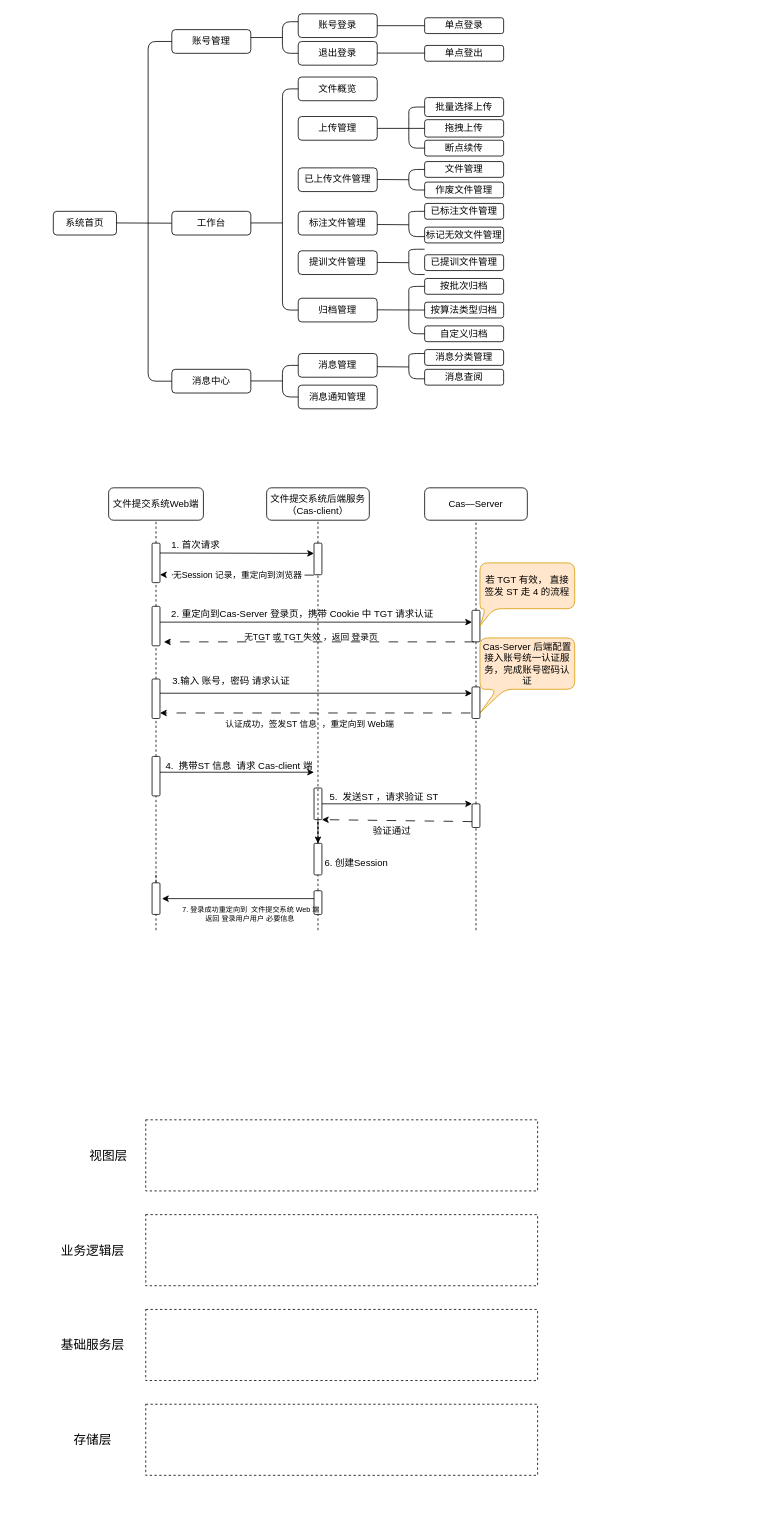
Earlier version of the draw.io diagram 文件提交系统.drawio (jurentiancheng/drawio-project). Source tidied: cells renumbered, new cells numbered last; positions are measured from the earlier drawing's top-left corner, leaving out a move shared by most shapes. Both pictures are drawn from the tidied source at 79%, with x=0, y=0 at pixel (53, 13).
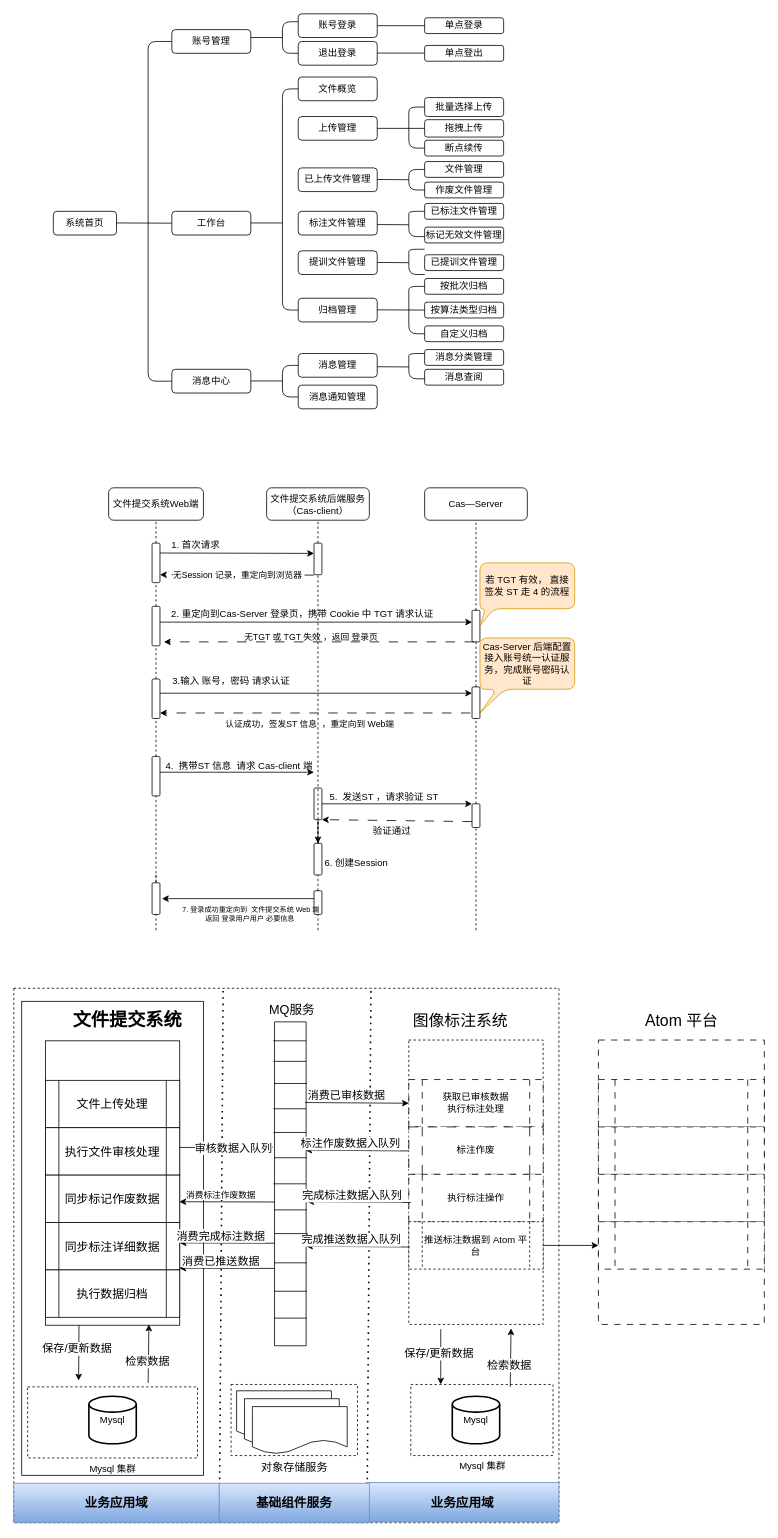
Above is the later version.

Commit message (it also covers changes not shown here):
更新文件提交系统.drawio

Diff of the diagram source:
```diff
@@
+    <mxCell id="119" style="verticalLabelPosition=bottom;verticalAlign=top;html=1;shape=mxgraph.basic.rect;fillColor2=none;strokeWidth=1;size=20;indent=5;dashed=1;" parent="1" vertex="1">
+      <mxGeometry x="-50" y="1233.5" width="690" height="676.5" as="geometry" />
+    </mxCell>
@@
-    <mxCell id="111" style="verticalLabelPosition=bottom;verticalAlign=top;html=1;shape=mxgraph.basic.rect;fillColor2=none;strokeWidth=1;size=20;indent=5;dashed=1;" parent="1" vertex="1">
-      <mxGeometry x="117" y="1640" width="496" height="90" as="geometry" />
-    </mxCell>
-    <mxCell id="112" style="verticalLabelPosition=bottom;verticalAlign=top;html=1;shape=mxgraph.basic.rect;fillColor2=none;strokeWidth=1;size=20;indent=5;dashed=1;" parent="1" vertex="1">
-      <mxGeometry x="117" y="1520" width="496" height="90" as="geometry" />
-    </mxCell>
-    <mxCell id="113" style="verticalLabelPosition=bottom;verticalAlign=top;html=1;shape=mxgraph.basic.rect;fillColor2=none;strokeWidth=1;size=20;indent=5;dashed=1;" parent="1" vertex="1">
-      <mxGeometry x="117" y="1400" width="496" height="90" as="geometry" />
-    </mxCell>
-    <mxCell id="114" value="视图层" style="text;html=1;strokeColor=none;fillColor=none;align=center;verticalAlign=middle;whiteSpace=wrap;rounded=0;fontSize=16;" parent="1" vertex="1">
-      <mxGeometry x="40" y="1430" width="60" height="30" as="geometry" />
-    </mxCell>
-    <mxCell id="115" value="业务逻辑层" style="text;html=1;strokeColor=none;fillColor=none;align=center;verticalAlign=middle;whiteSpace=wrap;rounded=0;fontSize=16;" parent="1" vertex="1">
-      <mxGeometry y="1550" width="100" height="30" as="geometry" />
-    </mxCell>
-    <mxCell id="116" value="基础服务层" style="text;html=1;strokeColor=none;fillColor=none;align=center;verticalAlign=middle;whiteSpace=wrap;rounded=0;fontSize=16;" parent="1" vertex="1">
-      <mxGeometry y="1670" width="100" height="30" as="geometry" />
-    </mxCell>
-    <mxCell id="117" style="verticalLabelPosition=bottom;verticalAlign=top;html=1;shape=mxgraph.basic.rect;fillColor2=none;strokeWidth=1;size=20;indent=5;dashed=1;" parent="1" vertex="1">
-      <mxGeometry x="117" y="1760" width="496" height="90" as="geometry" />
-    </mxCell>
-    <mxCell id="118" value="存储层" style="text;html=1;strokeColor=none;fillColor=none;align=center;verticalAlign=middle;whiteSpace=wrap;rounded=0;fontSize=16;" parent="1" vertex="1">
-      <mxGeometry y="1790" width="100" height="30" as="geometry" />
-    </mxCell>
+    <mxCell id="120" style="rounded=0;whiteSpace=wrap;html=1;dashed=1;" parent="1" vertex="1">
+      <mxGeometry x="450" y="1299" width="170" height="360" as="geometry" />
+    </mxCell>
+    <mxCell id="121" value="获取已审核数据&lt;br&gt;执行标注处理" style="shape=process;whiteSpace=wrap;html=1;backgroundOutline=1;dashed=1;dashPattern=8 8;" parent="1" vertex="1">
+      <mxGeometry x="450" y="1349" width="170" height="60" as="geometry" />
+    </mxCell>
+    <mxCell id="122" value="图像标注系统" style="text;html=1;strokeColor=none;fillColor=none;align=center;verticalAlign=middle;whiteSpace=wrap;rounded=0;fontSize=20;fontStyle=0;" parent="1" vertex="1">
+      <mxGeometry x="452.5" y="1258" width="125" height="31" as="geometry" />
+    </mxCell>
+    <mxCell id="123" style="verticalLabelPosition=bottom;verticalAlign=top;html=1;shape=mxgraph.basic.rect;fillColor2=none;strokeWidth=1;size=17.41;indent=5;" parent="1" vertex="1">
+      <mxGeometry x="280" y="1276" width="40" height="410" as="geometry" />
+    </mxCell>
+    <mxCell id="124" value="标注作废" style="shape=process;whiteSpace=wrap;html=1;backgroundOutline=1;dashed=1;dashPattern=12 12;" parent="1" vertex="1">
+      <mxGeometry x="450" y="1409" width="170" height="60" as="geometry" />
+    </mxCell>
+    <mxCell id="125" value="执行标注操作" style="shape=process;whiteSpace=wrap;html=1;backgroundOutline=1;dashed=1;dashPattern=8 8;" parent="1" vertex="1">
+      <mxGeometry x="450" y="1469" width="170" height="60" as="geometry" />
+    </mxCell>
+    <mxCell id="126" style="edgeStyle=orthogonalEdgeStyle;rounded=0;jettySize=auto;html=1;" parent="1" edge="1" source="127" target="134">
+      <mxGeometry relative="1" as="geometry" />
+    </mxCell>
+    <mxCell id="127" value="推送标注数据到 Atom 平台" style="shape=process;whiteSpace=wrap;html=1;backgroundOutline=1;dashed=1;" parent="1" vertex="1">
+      <mxGeometry x="450" y="1529" width="170" height="60" as="geometry" />
+    </mxCell>
+    <mxCell id="128" style="rounded=0;whiteSpace=wrap;html=1;dashed=1;dashPattern=8 8;" parent="1" vertex="1">
+      <mxGeometry x="690" y="1299" width="210" height="360" as="geometry" />
+    </mxCell>
+    <mxCell id="129" style="shape=process;whiteSpace=wrap;html=1;backgroundOutline=1;dashed=1;dashPattern=8 8;" parent="1" vertex="1">
+      <mxGeometry x="690" y="1349" width="210" height="60" as="geometry" />
+    </mxCell>
+    <mxCell id="130" value="Atom 平台" style="text;html=1;strokeColor=none;fillColor=none;align=center;verticalAlign=middle;whiteSpace=wrap;rounded=0;fontSize=20;fontStyle=0;dashed=1;dashPattern=8 8;" parent="1" vertex="1">
+      <mxGeometry x="732.5" y="1258" width="125" height="31" as="geometry" />
+    </mxCell>
+    <mxCell id="131" style="rounded=0;whiteSpace=wrap;html=1;" parent="1" vertex="1">
+      <mxGeometry x="-40" y="1250" width="230" height="600" as="geometry" />
+    </mxCell>
+    <mxCell id="132" style="shape=process;whiteSpace=wrap;html=1;backgroundOutline=1;dashed=1;dashPattern=8 8;" parent="1" vertex="1">
+      <mxGeometry x="690" y="1409" width="210" height="60" as="geometry" />
+    </mxCell>
+    <mxCell id="133" style="shape=process;whiteSpace=wrap;html=1;backgroundOutline=1;dashed=1;dashPattern=8 8;" parent="1" vertex="1">
+      <mxGeometry x="690" y="1469" width="210" height="60" as="geometry" />
+    </mxCell>
+    <mxCell id="134" style="shape=process;whiteSpace=wrap;html=1;backgroundOutline=1;dashed=1;dashPattern=8 8;" parent="1" vertex="1">
+      <mxGeometry x="690" y="1529" width="210" height="60" as="geometry" />
+    </mxCell>
+    <mxCell id="135" style="group;" parent="1" vertex="1">
+      <mxGeometry x="-10" y="1300" width="170" height="360" as="geometry" />
+    </mxCell>
+    <mxCell id="136" style="rounded=0;whiteSpace=wrap;html=1;" parent="135" vertex="1">
+      <mxGeometry width="170" height="360" as="geometry" />
+    </mxCell>
+    <mxCell id="137" value="文件上传处理" style="shape=process;whiteSpace=wrap;html=1;backgroundOutline=1;fontStyle=0;fontSize=15;" parent="135" vertex="1">
+      <mxGeometry y="50" width="170" height="60" as="geometry" />
+    </mxCell>
+    <mxCell id="138" value="执行文件审核处理" style="shape=process;whiteSpace=wrap;html=1;backgroundOutline=1;fontStyle=0;fontSize=15;" parent="135" vertex="1">
+      <mxGeometry y="110" width="170" height="60" as="geometry" />
+    </mxCell>
+    <mxCell id="139" value="同步标记作废数据" style="shape=process;whiteSpace=wrap;html=1;backgroundOutline=1;fontStyle=0;fontSize=15;" parent="135" vertex="1">
+      <mxGeometry y="170" width="170" height="60" as="geometry" />
+    </mxCell>
+    <mxCell id="140" value="同步标注详细数据" style="shape=process;whiteSpace=wrap;html=1;backgroundOutline=1;fontStyle=0;fontSize=15;" parent="135" vertex="1">
+      <mxGeometry y="230" width="170" height="60" as="geometry" />
+    </mxCell>
+    <mxCell id="141" value="执行数据归档" style="shape=process;whiteSpace=wrap;html=1;backgroundOutline=1;fontStyle=0;fontSize=15;" parent="135" vertex="1">
+      <mxGeometry y="290" width="170" height="60" as="geometry" />
+    </mxCell>
+    <mxCell id="142" value="文件提交系统" style="text;html=1;strokeColor=none;fillColor=none;align=center;verticalAlign=middle;whiteSpace=wrap;rounded=0;fontSize=23;fontStyle=1;" parent="1" vertex="1">
+      <mxGeometry x="20" y="1258" width="147.5" height="31" as="geometry" />
+    </mxCell>
+    <mxCell id="143" value="Mysql 集群" style="verticalLabelPosition=bottom;verticalAlign=top;html=1;shape=mxgraph.basic.rect;fillColor2=none;strokeWidth=1;size=20;indent=5;dashed=1;" parent="1" vertex="1">
+      <mxGeometry x="-32.5" y="1738" width="215" height="90" as="geometry" />
+    </mxCell>
+    <mxCell id="144" value="Mysql" style="strokeWidth=2;html=1;shape=mxgraph.flowchart.database;whiteSpace=wrap;" parent="1" vertex="1">
+      <mxGeometry x="45" y="1750" width="60" height="60" as="geometry" />
+    </mxCell>
+    <mxCell id="145" style="endArrow=classic;html=1;rounded=0;exitX=0.25;exitY=1;exitDx=0;exitDy=0;" parent="1" edge="1" source="136">
+      <mxGeometry relative="1" as="geometry">
+        <mxPoint x="32" y="1730" as="targetPoint" />
+      </mxGeometry>
+    </mxCell>
+    <mxCell id="146" value="&lt;font style=&quot;font-size: 14px;&quot;&gt;保存/更新数据&lt;/font&gt;" style="edgeLabel;html=1;align=center;verticalAlign=middle;" parent="145" vertex="1">
+      <mxGeometry x="-0.18" y="-3" relative="1" as="geometry">
+        <mxPoint y="1" as="offset" />
+      </mxGeometry>
+    </mxCell>
+    <mxCell id="147" style="endArrow=classic;html=1;rounded=0;exitX=0.25;exitY=1;exitDx=0;exitDy=0;entryX=0.264;entryY=0.039;entryDx=0;entryDy=0;entryPerimeter=0;" parent="1" edge="1">
+      <mxGeometry relative="1" as="geometry">
+        <mxPoint x="120" y="1733" as="sourcePoint" />
+        <mxPoint x="121" y="1659" as="targetPoint" />
+      </mxGeometry>
+    </mxCell>
+    <mxCell id="148" value="&lt;font style=&quot;font-size: 14px;&quot;&gt;检索数据&lt;/font&gt;" style="edgeLabel;html=1;align=center;verticalAlign=middle;" parent="147" vertex="1">
+      <mxGeometry x="-0.28" y="2" relative="1" as="geometry" />
+    </mxCell>
+    <mxCell id="149" value="Mysql 集群" style="verticalLabelPosition=bottom;verticalAlign=top;html=1;shape=mxgraph.basic.rect;fillColor2=none;strokeWidth=1;size=20;indent=5;dashed=1;" parent="1" vertex="1">
+      <mxGeometry x="452.5" y="1735" width="180" height="90" as="geometry" />
+    </mxCell>
+    <mxCell id="150" value="Mysql" style="strokeWidth=2;html=1;shape=mxgraph.flowchart.database;whiteSpace=wrap;" parent="1" vertex="1">
+      <mxGeometry x="505" y="1750" width="60" height="60" as="geometry" />
+    </mxCell>
+    <mxCell id="151" value="&lt;font style=&quot;font-size: 16px;&quot;&gt;MQ服务&lt;/font&gt;" style="text;html=1;strokeColor=none;fillColor=none;align=center;verticalAlign=middle;whiteSpace=wrap;rounded=0;fontSize=20;fontStyle=0;" parent="1" vertex="1">
+      <mxGeometry x="239.5" y="1250" width="125" height="18" as="geometry" />
+    </mxCell>
+    <mxCell id="152" value="&lt;font style=&quot;font-size: 14px;&quot;&gt;对象存储服务&lt;/font&gt;" style="verticalLabelPosition=bottom;verticalAlign=top;html=1;shape=mxgraph.basic.rect;fillColor2=none;strokeWidth=1;size=20;indent=5;dashed=1;" parent="1" vertex="1">
+      <mxGeometry x="225" y="1735" width="160" height="90" as="geometry" />
+    </mxCell>
+    <mxCell id="153" style="shape=document;whiteSpace=wrap;html=1;boundedLbl=1;" parent="1" vertex="1">
+      <mxGeometry x="232" y="1743" width="120" height="60" as="geometry" />
+    </mxCell>
+    <mxCell id="154" style="shape=document;whiteSpace=wrap;html=1;boundedLbl=1;" parent="1" vertex="1">
+      <mxGeometry x="242" y="1753" width="120" height="60" as="geometry" />
+    </mxCell>
+    <mxCell id="155" style="shape=document;whiteSpace=wrap;html=1;boundedLbl=1;" parent="1" vertex="1">
+      <mxGeometry x="252" y="1763" width="120" height="60" as="geometry" />
+    </mxCell>
+    <mxCell id="156" style="endArrow=none;dashed=1;html=1;dashPattern=1 3;strokeWidth=2;rounded=0;exitX=0.384;exitY=0.005;exitDx=0;exitDy=0;exitPerimeter=0;entryX=0.377;entryY=1;entryDx=0;entryDy=0;entryPerimeter=0;" parent="1" edge="1" source="119" target="119">
+      <mxGeometry relative="1" as="geometry" />
+    </mxCell>
+    <mxCell id="157" style="endArrow=none;dashed=1;html=1;dashPattern=1 3;strokeWidth=2;rounded=0;exitX=0.384;exitY=0.005;exitDx=0;exitDy=0;exitPerimeter=0;entryX=0.377;entryY=1;entryDx=0;entryDy=0;entryPerimeter=0;" parent="1" edge="1">
+      <mxGeometry relative="1" as="geometry">
+        <mxPoint x="402" y="1237" as="sourcePoint" />
+        <mxPoint x="397" y="1910" as="targetPoint" />
+      </mxGeometry>
+    </mxCell>
+    <mxCell id="158" value="&lt;font style=&quot;font-size: 16px;&quot;&gt;业务应用域&lt;/font&gt;" style="rounded=0;whiteSpace=wrap;html=1;fillColor=#dae8fc;gradientColor=#7ea6e0;strokeColor=#6c8ebf;fontStyle=1;" parent="1" vertex="1">
+      <mxGeometry x="-50" y="1860" width="260" height="50" as="geometry" />
+    </mxCell>
+    <mxCell id="159" value="&lt;font style=&quot;font-size: 16px;&quot;&gt;业务应用域&lt;/font&gt;" style="rounded=0;whiteSpace=wrap;html=1;fillColor=#dae8fc;gradientColor=#7ea6e0;strokeColor=#6c8ebf;fontStyle=1;" parent="1" vertex="1">
+      <mxGeometry x="396" y="1859" width="244" height="50" as="geometry" />
+    </mxCell>
+    <mxCell id="160" value="&lt;span style=&quot;font-size: 16px;&quot;&gt;基础组件服务&lt;/span&gt;" style="rounded=0;whiteSpace=wrap;html=1;fillColor=#dae8fc;gradientColor=#7ea6e0;strokeColor=#6c8ebf;fontStyle=1;" parent="1" vertex="1">
+      <mxGeometry x="210" y="1860" width="190" height="50" as="geometry" />
+    </mxCell>
+    <mxCell id="161" style="endArrow=classic;html=1;rounded=0;entryX=-0.028;entryY=0.387;entryDx=0;entryDy=0;entryPerimeter=0;" parent="1" edge="1" target="123">
+      <mxGeometry relative="1" as="geometry">
+        <mxPoint x="160" y="1435" as="sourcePoint" />
+      </mxGeometry>
+    </mxCell>
+    <mxCell id="162" value="&lt;font style=&quot;font-size: 14px;&quot;&gt;审核数据入队列&lt;/font&gt;" style="edgeLabel;html=1;align=center;verticalAlign=middle;" parent="161" vertex="1">
+      <mxGeometry x="0.12" y="-1" relative="1" as="geometry" />
+    </mxCell>
+    <mxCell id="163" style="endArrow=classic;html=1;rounded=0;entryX=0;entryY=0.5;entryDx=0;entryDy=0;exitX=0.965;exitY=0.249;exitDx=0;exitDy=0;exitPerimeter=0;" parent="1" edge="1" source="123" target="121">
+      <mxGeometry relative="1" as="geometry" />
+    </mxCell>
+    <mxCell id="164" value="&lt;font style=&quot;font-size: 14px;&quot;&gt;消费已审核数据&lt;/font&gt;" style="edgeLabel;html=1;align=center;verticalAlign=middle;" parent="163" vertex="1">
+      <mxGeometry x="0.12" y="-1" relative="1" as="geometry">
+        <mxPoint x="-22" y="-11" as="offset" />
+      </mxGeometry>
+    </mxCell>
+    <mxCell id="165" style="endArrow=classic;html=1;rounded=0;exitX=0.25;exitY=1;exitDx=0;exitDy=0;" parent="1" edge="1">
+      <mxGeometry relative="1" as="geometry">
+        <mxPoint x="490.4" y="1665" as="sourcePoint" />
+        <mxPoint x="490.4" y="1735" as="targetPoint" />
+      </mxGeometry>
+    </mxCell>
+    <mxCell id="166" value="&lt;font style=&quot;font-size: 14px;&quot;&gt;保存/更新数据&lt;/font&gt;" style="edgeLabel;html=1;align=center;verticalAlign=middle;" parent="165" vertex="1">
+      <mxGeometry x="-0.18" y="-3" relative="1" as="geometry">
+        <mxPoint y="1" as="offset" />
+      </mxGeometry>
+    </mxCell>
+    <mxCell id="167" style="endArrow=classic;html=1;rounded=0;exitX=0.25;exitY=1;exitDx=0;exitDy=0;entryX=0.264;entryY=0.039;entryDx=0;entryDy=0;entryPerimeter=0;" parent="1" edge="1">
+      <mxGeometry relative="1" as="geometry">
+        <mxPoint x="578.4" y="1738" as="sourcePoint" />
+        <mxPoint x="579.4" y="1664" as="targetPoint" />
+      </mxGeometry>
+    </mxCell>
+    <mxCell id="168" value="&lt;font style=&quot;font-size: 14px;&quot;&gt;检索数据&lt;/font&gt;" style="edgeLabel;html=1;align=center;verticalAlign=middle;" parent="167" vertex="1">
+      <mxGeometry x="-0.28" y="2" relative="1" as="geometry" />
+    </mxCell>
+    <mxCell id="169" style="endArrow=classic;html=1;rounded=0;entryX=0;entryY=0.5;entryDx=0;entryDy=0;exitX=0.965;exitY=0.249;exitDx=0;exitDy=0;exitPerimeter=0;" parent="1" edge="1">
+      <mxGeometry relative="1" as="geometry">
+        <mxPoint x="450" y="1439.4" as="sourcePoint" />
+        <mxPoint x="319" y="1438.4" as="targetPoint" />
+      </mxGeometry>
+    </mxCell>
+    <mxCell id="170" value="&lt;font style=&quot;font-size: 14px;&quot;&gt;标注作废数据入队列&lt;/font&gt;" style="edgeLabel;html=1;align=center;verticalAlign=middle;" parent="169" vertex="1">
+      <mxGeometry x="0.12" y="-1" relative="1" as="geometry">
+        <mxPoint x="-2" y="-8" as="offset" />
+      </mxGeometry>
+    </mxCell>
+    <mxCell id="171" style="endArrow=classic;html=1;rounded=0;entryX=0;entryY=0.5;entryDx=0;entryDy=0;exitX=0.965;exitY=0.249;exitDx=0;exitDy=0;exitPerimeter=0;" parent="1" edge="1">
+      <mxGeometry relative="1" as="geometry">
+        <mxPoint x="452.5" y="1504.7" as="sourcePoint" />
+        <mxPoint x="321.5" y="1503.7" as="targetPoint" />
+      </mxGeometry>
+    </mxCell>
+    <mxCell id="172" value="&lt;font style=&quot;font-size: 14px;&quot;&gt;完成标注数据入队列&lt;/font&gt;" style="edgeLabel;html=1;align=center;verticalAlign=middle;" parent="171" vertex="1">
+      <mxGeometry x="0.12" y="-1" relative="1" as="geometry">
+        <mxPoint x="-2" y="-8" as="offset" />
+      </mxGeometry>
+    </mxCell>
+    <mxCell id="173" style="endArrow=classic;html=1;rounded=0;entryX=0;entryY=0.5;entryDx=0;entryDy=0;exitX=0.965;exitY=0.249;exitDx=0;exitDy=0;exitPerimeter=0;" parent="1" edge="1">
+      <mxGeometry relative="1" as="geometry">
+        <mxPoint x="451" y="1561" as="sourcePoint" />
+        <mxPoint x="320" y="1560" as="targetPoint" />
+      </mxGeometry>
+    </mxCell>
+    <mxCell id="174" value="&lt;font style=&quot;font-size: 14px;&quot;&gt;完成推送数据入队列&lt;/font&gt;" style="edgeLabel;html=1;align=center;verticalAlign=middle;" parent="173" vertex="1">
+      <mxGeometry x="0.12" y="-1" relative="1" as="geometry">
+        <mxPoint x="-2" y="-8" as="offset" />
+      </mxGeometry>
+    </mxCell>
+    <mxCell id="175" style="endArrow=classic;html=1;rounded=0;entryX=0;entryY=0.5;entryDx=0;entryDy=0;" parent="1" edge="1">
+      <mxGeometry relative="1" as="geometry">
+        <mxPoint x="280" y="1504" as="sourcePoint" />
+        <mxPoint x="159.5" y="1503.7" as="targetPoint" />
+      </mxGeometry>
+    </mxCell>
+    <mxCell id="176" value="消费标注作废数据" style="edgeLabel;html=1;align=center;verticalAlign=middle;" parent="175" vertex="1">
+      <mxGeometry x="0.12" y="-1" relative="1" as="geometry">
+        <mxPoint x="-2" y="-8" as="offset" />
+      </mxGeometry>
+    </mxCell>
+    <mxCell id="177" style="endArrow=classic;html=1;rounded=0;entryX=0;entryY=0.5;entryDx=0;entryDy=0;" parent="1" edge="1">
+      <mxGeometry relative="1" as="geometry">
+        <mxPoint x="280.5" y="1556.2" as="sourcePoint" />
+        <mxPoint x="160" y="1555.8" as="targetPoint" />
+      </mxGeometry>
+    </mxCell>
+    <mxCell id="178" value="&lt;font style=&quot;font-size: 14px;&quot;&gt;消费完成标注数据&lt;/font&gt;" style="edgeLabel;html=1;align=center;verticalAlign=middle;" parent="177" vertex="1">
+      <mxGeometry x="0.12" y="-1" relative="1" as="geometry">
+        <mxPoint x="-2" y="-8" as="offset" />
+      </mxGeometry>
+    </mxCell>
+    <mxCell id="179" style="endArrow=classic;html=1;rounded=0;entryX=0;entryY=0.5;entryDx=0;entryDy=0;" parent="1" edge="1">
+      <mxGeometry relative="1" as="geometry">
+        <mxPoint x="280" y="1588.1" as="sourcePoint" />
+        <mxPoint x="159.5" y="1587.8" as="targetPoint" />
+      </mxGeometry>
+    </mxCell>
+    <mxCell id="180" value="&lt;font style=&quot;font-size: 14px;&quot;&gt;消费已推送数据&lt;/font&gt;" style="edgeLabel;html=1;align=center;verticalAlign=middle;" parent="179" vertex="1">
+      <mxGeometry x="0.12" y="-1" relative="1" as="geometry">
+        <mxPoint x="-2" y="-8" as="offset" />
+      </mxGeometry>
+    </mxCell>
+    <mxCell id="181" style="endArrow=none;html=1;rounded=0;" parent="1" edge="1">
+      <mxGeometry relative="1" as="geometry">
+        <mxPoint x="278.5" y="1300" as="sourcePoint" />
+        <mxPoint x="320" y="1300" as="targetPoint" />
+      </mxGeometry>
+    </mxCell>
+    <mxCell id="182" style="endArrow=none;html=1;rounded=0;" parent="1" edge="1">
+      <mxGeometry relative="1" as="geometry">
+        <mxPoint x="278.5" y="1326" as="sourcePoint" />
+        <mxPoint x="320" y="1326" as="targetPoint" />
+      </mxGeometry>
+    </mxCell>
+    <mxCell id="183" style="endArrow=none;html=1;rounded=0;" parent="1" edge="1">
+      <mxGeometry relative="1" as="geometry">
+        <mxPoint x="279.5" y="1354" as="sourcePoint" />
+        <mxPoint x="321" y="1354" as="targetPoint" />
+      </mxGeometry>
+    </mxCell>
+    <mxCell id="184" style="endArrow=none;html=1;rounded=0;" parent="1" edge="1">
+      <mxGeometry relative="1" as="geometry">
+        <mxPoint x="278.5" y="1386" as="sourcePoint" />
+        <mxPoint x="320" y="1386" as="targetPoint" />
+      </mxGeometry>
+    </mxCell>
+    <mxCell id="185" style="endArrow=none;html=1;rounded=0;" parent="1" edge="1">
+      <mxGeometry relative="1" as="geometry">
+        <mxPoint x="278.5" y="1416" as="sourcePoint" />
+        <mxPoint x="320" y="1416" as="targetPoint" />
+      </mxGeometry>
+    </mxCell>
+    <mxCell id="186" style="endArrow=none;html=1;rounded=0;" parent="1" edge="1">
+      <mxGeometry relative="1" as="geometry">
+        <mxPoint x="279.5" y="1448" as="sourcePoint" />
+        <mxPoint x="321" y="1448" as="targetPoint" />
+      </mxGeometry>
+    </mxCell>
+    <mxCell id="187" style="endArrow=none;html=1;rounded=0;" parent="1" edge="1">
+      <mxGeometry relative="1" as="geometry">
+        <mxPoint x="278.5" y="1481" as="sourcePoint" />
+        <mxPoint x="320" y="1481" as="targetPoint" />
+      </mxGeometry>
+    </mxCell>
+    <mxCell id="188" style="endArrow=none;html=1;rounded=0;" parent="1" edge="1">
+      <mxGeometry relative="1" as="geometry">
+        <mxPoint x="279.5" y="1514" as="sourcePoint" />
+        <mxPoint x="321" y="1514" as="targetPoint" />
+      </mxGeometry>
+    </mxCell>
+    <mxCell id="189" style="endArrow=none;html=1;rounded=0;" parent="1" edge="1">
+      <mxGeometry relative="1" as="geometry">
+        <mxPoint x="280.5" y="1544" as="sourcePoint" />
+        <mxPoint x="322" y="1544" as="targetPoint" />
+      </mxGeometry>
+    </mxCell>
+    <mxCell id="190" style="endArrow=none;html=1;rounded=0;" parent="1" edge="1">
+      <mxGeometry relative="1" as="geometry">
+        <mxPoint x="279.5" y="1581" as="sourcePoint" />
+        <mxPoint x="321" y="1581" as="targetPoint" />
+      </mxGeometry>
+    </mxCell>
+    <mxCell id="191" style="endArrow=none;html=1;rounded=0;" parent="1" edge="1">
+      <mxGeometry relative="1" as="geometry">
+        <mxPoint x="279.5" y="1617" as="sourcePoint" />
+        <mxPoint x="321" y="1617" as="targetPoint" />
+      </mxGeometry>
+    </mxCell>
+    <mxCell id="192" style="endArrow=none;html=1;rounded=0;" parent="1" edge="1">
+      <mxGeometry relative="1" as="geometry">
+        <mxPoint x="279.5" y="1651" as="sourcePoint" />
+        <mxPoint x="321" y="1651" as="targetPoint" />
+      </mxGeometry>
+    </mxCell>
```
